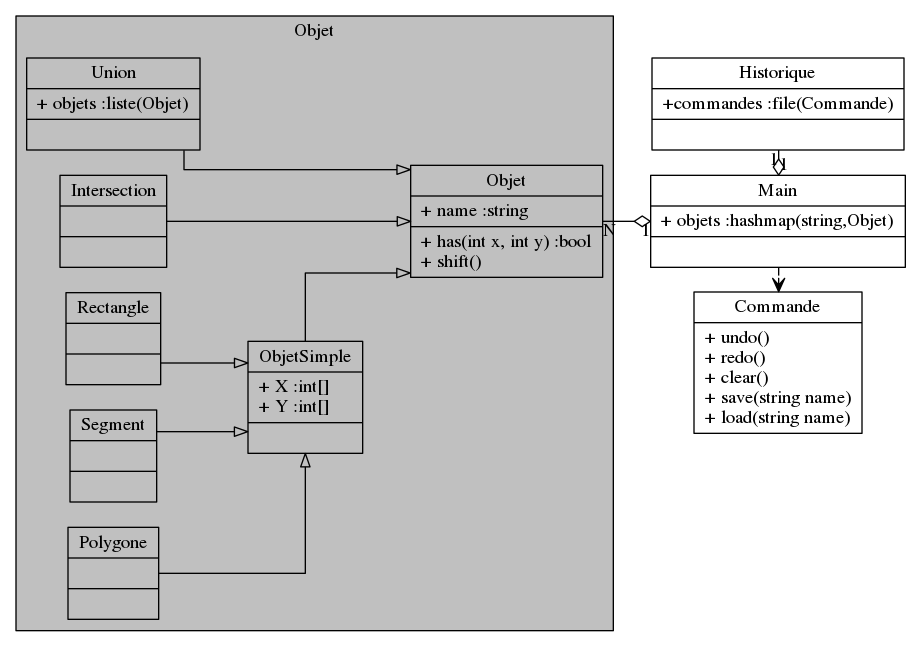
Earlier version of the Graphviz export diag_de_classe.png (BuonOmo/tp-heritage). Its source is kept beside it as diag_de_classe.dot.
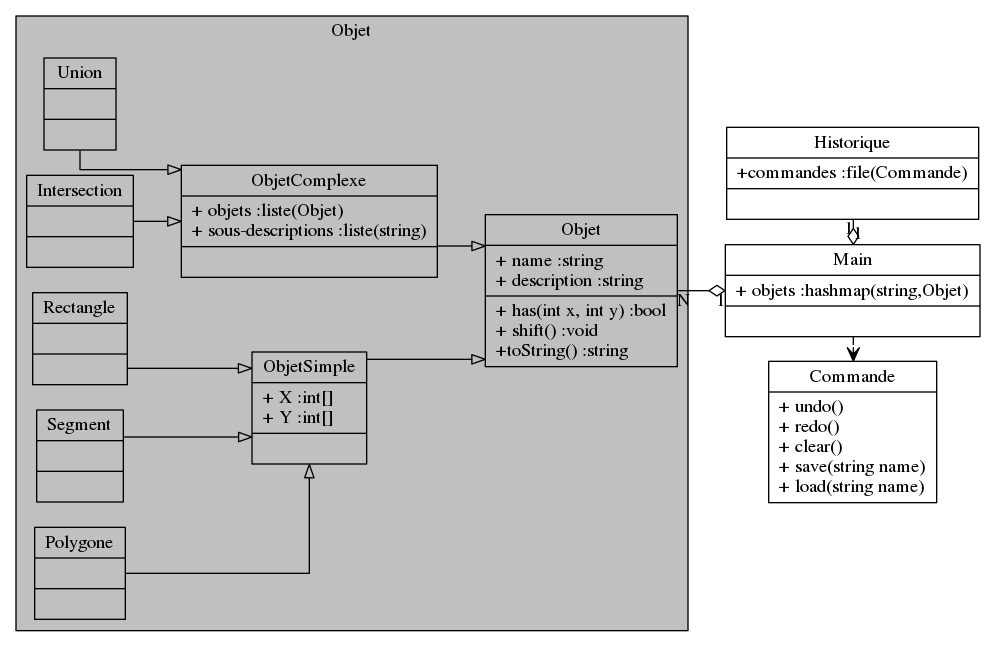
The same diagram one commit later.

Commit message:
ajout des objets complexes

The edit, as a diff of the source:
```diff
@@ -6,10 +6,11 @@
         label="Objet";
         style=filled;
         bgcolor=gray;
-        "Objet" [label="Objet|+ name :string\l|+ has(int x, int y) :bool\l+ shift()\l", shape="record"]
-        "Union" [label="Union|+ objets :liste(Objet)|", shape="record"]
+        "Objet" [label="Objet|+ name :string\l+ description :string\l|+ has(int x, int y) :bool\l+ shift() :void\l+toString() :string\l", shape="record"]
+        "Union" [label="Union||", shape="record"]
         "Intersection" [label="Intersection||", shape="record"]
         "ObjetSimple" [label="ObjetSimple|+ X :int[]\l+ Y :int[]\l|",shape=record]
+        "ObjetComplexe" [label="ObjetComplexe|+ objets :liste(Objet)\l+ sous-descriptions :liste(string)|",shape=record]
         "Rectangle" [label="Rectangle||", shape="record"]
         "Segment" [label="Segment||", shape="record"]
         "Polygone" [label="Polygone||",shape=record]
@@ -20,8 +21,9 @@
     "Main" [label="Main|+ objets :hashmap(string,Objet)|", shape="record"]
     /* Relationships */
     rank = same {"Main", "Commande", "Historique"}
-    "Union" -> "Objet" [arrowhead=empty]
-    "Intersection" -> "Objet" [arrowhead=empty]
+    "Union" -> "ObjetComplexe" [arrowhead=empty]
+    "Intersection" -> "ObjetComplexe" [arrowhead=empty]
+    "ObjetComplexe" -> "Objet" [arrowhead=empty]
     "Rectangle" -> "ObjetSimple" [arrowhead=empty]
     "Polygone" -> "ObjetSimple" [arrowhead=empty]
     "Segment" -> "ObjetSimple" [arrowhead=empty]
```
